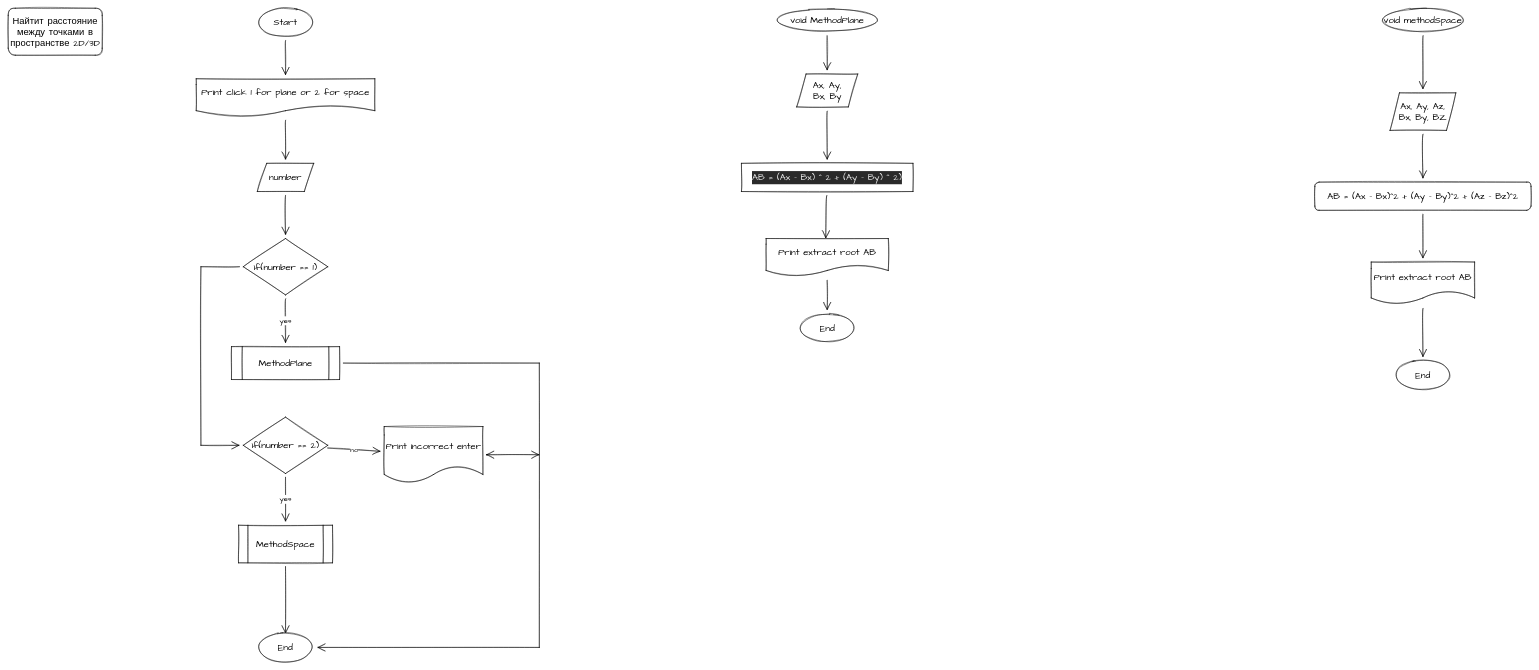
The draw.io diagram Task22FindDistanceBetweenPoints/flowchart.drawio in Fostix/LoLTasks, before the edit. Source tidied: cells renumbered, new cells numbered last; positions are measured from the earlier drawing's top-left corner, leaving out a move shared by most shapes. Both pictures are drawn from the tidied source at 47%, with x=0, y=0 at pixel (8, 8).
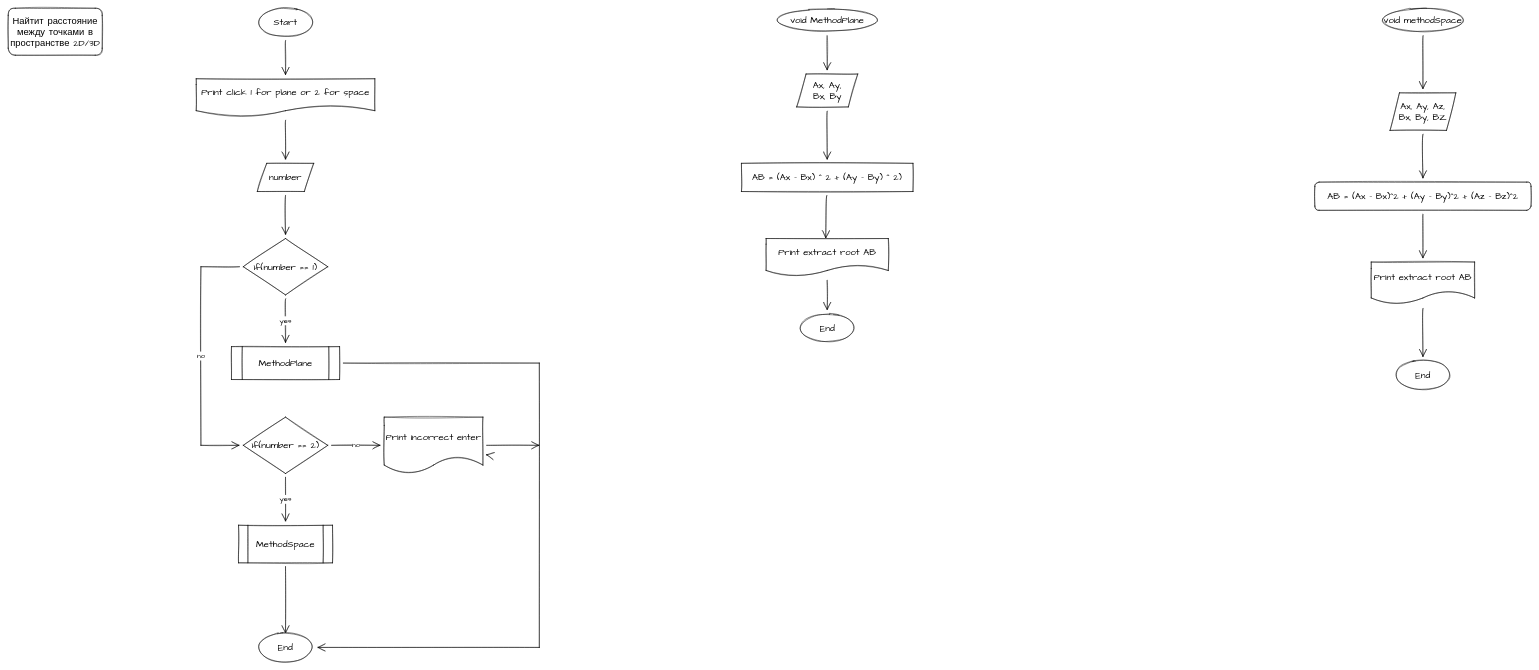
After the change.

Commit message (it also covers changes not shown here):
forget add no in flowchart

The change refers to these unchanged cells:
```xml
<mxCell id="26" value="if(number == 1)" style="rhombus;whiteSpace=wrap;html=1;sketch=1;hachureGap=4;fontFamily=Architects Daughter;fontSize=20;" parent="1" vertex="1">
  <mxGeometry x="500" y="490" width="180" height="120" as="geometry" />
</mxCell>
<mxCell id="31" value="if(number == 2)" style="rhombus;whiteSpace=wrap;html=1;sketch=1;hachureGap=4;fontFamily=Architects Daughter;fontSize=20;" parent="1" vertex="1">
  <mxGeometry x="500" y="870" width="180" height="120" as="geometry" />
</mxCell>
```

What changed in the source:
```diff
@@
-    <mxCell id="25" style="edgeStyle=none;rounded=0;sketch=1;hachureGap=4;jettySize=auto;html=1;fontFamily=Architects Daughter;fontSize=16;endArrow=open;startSize=14;endSize=14;sourcePerimeterSpacing=8;targetPerimeterSpacing=8;" parent="1" edge="1" source="26" target="31">
+    <mxCell id="25" value="no" style="edgeStyle=none;rounded=0;sketch=1;hachureGap=4;jettySize=auto;html=1;fontFamily=Architects Daughter;fontSize=16;endArrow=open;startSize=14;endSize=14;sourcePerimeterSpacing=8;targetPerimeterSpacing=8;" parent="1" edge="1" source="26" target="31">
       <mxGeometry relative="1" as="geometry">
         <Array as="points">
           <mxPoint x="410" y="550" />
           <mxPoint x="410" y="930" />
         </Array>
       </mxGeometry>
     </mxCell>
@@
     <mxCell id="35" style="edgeStyle=none;rounded=0;sketch=1;hachureGap=4;jettySize=auto;html=1;fontFamily=Architects Daughter;fontSize=16;endArrow=open;startSize=14;endSize=14;sourcePerimeterSpacing=8;targetPerimeterSpacing=8;" parent="1" edge="1" source="36">
       <mxGeometry relative="1" as="geometry">
-        <mxPoint x="1130" y="950" as="targetPoint" />
+        <mxPoint x="1130" y="930" as="targetPoint" />
       </mxGeometry>
     </mxCell>
     <mxCell id="36" value="Print incorrect enter" style="shape=document;whiteSpace=wrap;html=1;boundedLbl=1;sketch=1;hachureGap=4;fontFamily=Architects Daughter;fontSize=20;" parent="1" vertex="1">
-      <mxGeometry x="800" y="890" width="210" height="120" as="geometry" />
+      <mxGeometry x="800" y="870" width="210" height="120" as="geometry" />
     </mxCell>
@@
-    <mxCell id="39" value="&lt;span style=&quot;color: rgb(240 , 240 , 240) ; font-family: &amp;#34;architects daughter&amp;#34; ; font-size: 20px ; font-style: normal ; font-weight: 400 ; letter-spacing: normal ; text-align: center ; text-indent: 0px ; text-transform: none ; word-spacing: 0px ; background-color: rgb(42 , 42 , 42) ; display: inline ; float: none&quot;&gt;AB = (Ax - Bx) ^ 2 + (Ay - By) ^ 2)&lt;/span&gt;" style="whiteSpace=wrap;html=1;sketch=1;hachureGap=4;fontFamily=Architects Daughter;fontSize=20;" parent="1" vertex="1">
+    <mxCell id="39" value="&lt;font face=&quot;architects daughter&quot;&gt;AB = (Ax - Bx) ^ 2 + (Ay - By) ^ 2)&lt;/font&gt;" style="whiteSpace=wrap;html=1;sketch=1;hachureGap=4;fontFamily=Architects Daughter;fontSize=20;" parent="1" vertex="1">
       <mxGeometry x="1560" y="330" width="365" height="60" as="geometry" />
     </mxCell>
```
